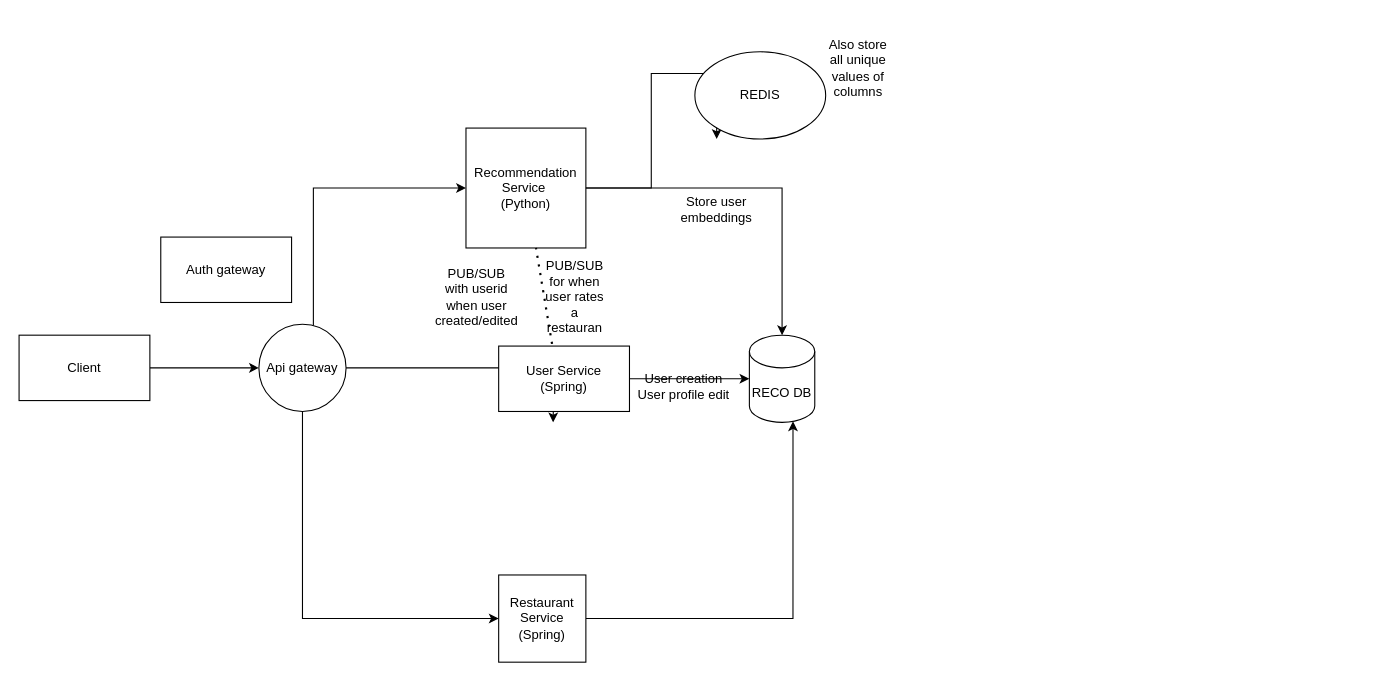
Above: recom.drawio in rahulv555/Recomm2.0 (draw.io), before the change. Source tidied: cells renumbered, new cells numbered last; positions are measured from the earlier drawing's top-left corner, leaving out a move shared by most shapes. Both pictures are drawn from the tidied source at 109%, with x=0, y=0 at pixel (19, 51).
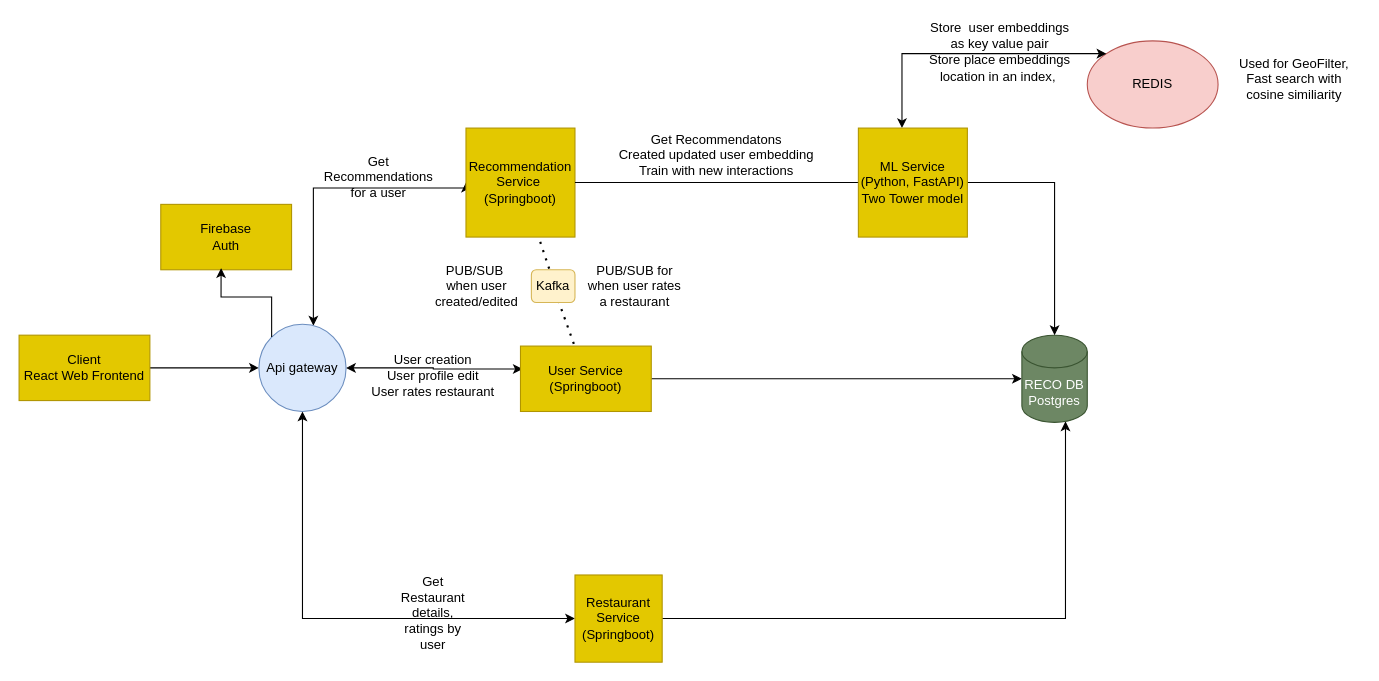
The same diagram, later.

Commit message (it also covers changes not shown here):
Added endpoints, updated flowchart

Change to the diagram source:
```diff
@@
-    <mxCell id="3" value="Client" style="rounded=0;whiteSpace=wrap;html=1;" parent="1" vertex="1">
+    <mxCell id="3" value="Client&lt;div&gt;React Web Frontend&lt;/div&gt;" style="rounded=0;whiteSpace=wrap;html=1;fillColor=#e3c800;strokeColor=#B09500;fontColor=#000000;" parent="1" vertex="1">
       <mxGeometry y="260" width="120" height="60" as="geometry" />
     </mxCell>
-    <mxCell id="4" style="edgeStyle=orthogonalEdgeStyle;rounded=0;jettySize=auto;html=1;" parent="1" edge="1" source="7">
+    <mxCell id="4" style="edgeStyle=orthogonalEdgeStyle;rounded=0;jettySize=auto;html=1;startArrow=classic;startFill=1;entryX=0;entryY=0.5;entryDx=0;entryDy=0;" parent="1" edge="1" source="7" target="9">
       <mxGeometry relative="1" as="geometry">
-        <mxPoint x="440" y="520" as="targetPoint" />
         <Array as="points">
           <mxPoint x="260" y="520" />
         </Array>
       </mxGeometry>
     </mxCell>
-    <mxCell id="5" style="edgeStyle=orthogonalEdgeStyle;rounded=0;jettySize=auto;html=1;" parent="1" edge="1" source="7">
-      <mxGeometry relative="1" as="geometry">
-        <mxPoint x="490" y="340" as="targetPoint" />
-      </mxGeometry>
+    <mxCell id="5" style="edgeStyle=orthogonalEdgeStyle;rounded=0;jettySize=auto;html=1;startArrow=classic;startFill=1;entryX=0.017;entryY=0.35;entryDx=0;entryDy=0;entryPerimeter=0;" parent="1" edge="1" source="7" target="11">
+      <mxGeometry relative="1" as="geometry" />
     </mxCell>
-    <mxCell id="6" style="edgeStyle=orthogonalEdgeStyle;rounded=0;jettySize=auto;html=1;entryX=0;entryY=0.5;entryDx=0;entryDy=0;" parent="1" edge="1" source="7" target="14">
+    <mxCell id="6" style="edgeStyle=orthogonalEdgeStyle;rounded=0;jettySize=auto;html=1;entryX=0;entryY=0.5;entryDx=0;entryDy=0;startArrow=classic;startFill=1;" parent="1" edge="1" source="7" target="14">
       <mxGeometry relative="1" as="geometry">
         <Array as="points">
           <mxPoint x="270" y="125" />
+          <mxPoint x="410" y="125" />
         </Array>
       </mxGeometry>
     </mxCell>
-    <mxCell id="7" value="Api gateway" style="ellipse;whiteSpace=wrap;html=1;" parent="1" vertex="1">
+    <mxCell id="7" value="Api gateway" style="ellipse;whiteSpace=wrap;html=1;fillColor=#dae8fc;strokeColor=#6c8ebf;" parent="1" vertex="1">
       <mxGeometry x="220" y="250" width="80" height="80" as="geometry" />
     </mxCell>
@@
-    <mxCell id="9" value="Restaurant&lt;div&gt;Service&lt;/div&gt;&lt;div&gt;(Spring)&lt;/div&gt;" style="whiteSpace=wrap;html=1;" parent="1" vertex="1">
-      <mxGeometry x="440" y="480" width="80" height="80" as="geometry" />
+    <mxCell id="9" value="Restaurant&lt;div&gt;Service&lt;/div&gt;&lt;div&gt;(Springboot)&lt;/div&gt;" style="whiteSpace=wrap;html=1;fillColor=#e3c800;strokeColor=#B09500;fontColor=#000000;" parent="1" vertex="1">
+      <mxGeometry x="510" y="480" width="80" height="80" as="geometry" />
     </mxCell>
@@
-    <mxCell id="11" value="User Service&lt;div&gt;(Spring)&lt;/div&gt;" style="rounded=0;whiteSpace=wrap;html=1;" parent="1" vertex="1">
-      <mxGeometry x="440" y="270" width="120" height="60" as="geometry" />
+    <mxCell id="11" value="User Service&lt;div&gt;(Springboot)&lt;/div&gt;" style="rounded=0;whiteSpace=wrap;html=1;fillColor=#e3c800;strokeColor=#B09500;fontColor=#000000;" parent="1" vertex="1">
+      <mxGeometry x="460" y="270" width="120" height="60" as="geometry" />
     </mxCell>
-    <mxCell id="12" value="RECO DB" style="shape=cylinder3;whiteSpace=wrap;html=1;boundedLbl=1;backgroundOutline=1;size=15;" parent="1" vertex="1">
-      <mxGeometry x="670" y="260" width="60" height="80" as="geometry" />
+    <mxCell id="12" value="RECO DB&lt;div&gt;Postgres&lt;/div&gt;" style="shape=cylinder3;whiteSpace=wrap;html=1;boundedLbl=1;backgroundOutline=1;size=15;fillColor=#6d8764;fontColor=#ffffff;strokeColor=#3A5431;" parent="1" vertex="1">
+      <mxGeometry x="920" y="260" width="60" height="80" as="geometry" />
     </mxCell>
-    <mxCell id="13" style="edgeStyle=orthogonalEdgeStyle;rounded=0;jettySize=auto;html=1;" parent="1" edge="1" source="14">
-      <mxGeometry relative="1" as="geometry">
-        <mxPoint x="640" y="80" as="targetPoint" />
-        <Array as="points">
-          <mxPoint x="580" y="125" />
-          <mxPoint x="580" y="20" />
-          <mxPoint x="640" y="20" />
-        </Array>
-      </mxGeometry>
-    </mxCell>
-    <mxCell id="14" value="Recommendation Service&amp;nbsp;&lt;div&gt;(Python)&lt;/div&gt;" style="whiteSpace=wrap;html=1;" parent="1" vertex="1">
-      <mxGeometry x="410" y="70" width="110" height="110" as="geometry" />
+    <mxCell id="14" value="Recommendation Service&amp;nbsp;&lt;div&gt;(Springboot)&lt;/div&gt;" style="whiteSpace=wrap;html=1;fillColor=#e3c800;strokeColor=#B09500;fontColor=#000000;" parent="1" vertex="1">
+      <mxGeometry x="410" y="70" width="100" height="100" as="geometry" />
     </mxCell>
-    <mxCell id="15" value="REDIS" style="ellipse;whiteSpace=wrap;html=1;" parent="1" vertex="1">
-      <mxGeometry x="620" width="120" height="80" as="geometry" />
+    <mxCell id="15" value="REDIS" style="ellipse;whiteSpace=wrap;html=1;fillColor=#f8cecc;strokeColor=#b85450;" parent="1" vertex="1">
+      <mxGeometry x="980" y="-10" width="120" height="80" as="geometry" />
     </mxCell>
@@
-    <mxCell id="17" style="endArrow=none;dashed=1;html=1;dashPattern=1 3;strokeWidth=2;rounded=0;exitX=0.408;exitY=-0.033;exitDx=0;exitDy=0;exitPerimeter=0;" parent="1" edge="1" source="11" target="14">
+    <mxCell id="17" style="endArrow=none;dashed=1;html=1;dashPattern=1 3;strokeWidth=2;rounded=0;exitX=0.408;exitY=-0.033;exitDx=0;exitDy=0;exitPerimeter=0;" parent="1" edge="1" source="29" target="14">
       <mxGeometry relative="1" as="geometry" />
     </mxCell>
-    <mxCell id="18" value="PUB/SUB for when user rates a restauran" style="text;html=1;whiteSpace=wrap;strokeColor=none;fillColor=none;align=center;verticalAlign=middle;rounded=0;" parent="1" vertex="1">
-      <mxGeometry x="480" y="210" width="60" height="30" as="geometry" />
+    <mxCell id="18" value="PUB/SUB for when user rates a restaurant" style="text;html=1;whiteSpace=wrap;strokeColor=none;fillColor=none;align=center;verticalAlign=middle;rounded=0;" parent="1" vertex="1">
+      <mxGeometry x="520" y="200" width="90" height="30" as="geometry" />
     </mxCell>
-    <mxCell id="19" value="PUB/SUB with userid when user created/edited" style="text;html=1;whiteSpace=wrap;strokeColor=none;fillColor=none;align=center;verticalAlign=middle;rounded=0;" parent="1" vertex="1">
-      <mxGeometry x="390" y="210" width="60" height="30" as="geometry" />
+    <mxCell id="19" value="PUB/SUB&amp;nbsp; when user created/edited" style="text;html=1;whiteSpace=wrap;strokeColor=none;fillColor=none;align=center;verticalAlign=middle;rounded=0;" parent="1" vertex="1">
+      <mxGeometry x="390" y="200" width="60" height="30" as="geometry" />
     </mxCell>
-    <mxCell id="20" value="Auth gateway" style="rounded=0;whiteSpace=wrap;html=1;" parent="1" vertex="1">
-      <mxGeometry x="130" y="170" width="120" height="60" as="geometry" />
+    <mxCell id="20" value="&lt;div&gt;Firebase&lt;/div&gt;Auth" style="rounded=0;whiteSpace=wrap;html=1;fillColor=#e3c800;strokeColor=#B09500;fontColor=#000000;" parent="1" vertex="1">
+      <mxGeometry x="130" y="140" width="120" height="60" as="geometry" />
     </mxCell>
-    <mxCell id="21" value="Store user embeddings" style="text;html=1;whiteSpace=wrap;strokeColor=none;fillColor=none;align=center;verticalAlign=middle;rounded=0;" parent="1" vertex="1">
-      <mxGeometry x="610" y="130" width="60" height="30" as="geometry" />
+    <mxCell id="21" value="Store&amp;nbsp; user embeddings as key value pair" style="text;html=1;whiteSpace=wrap;strokeColor=none;fillColor=none;align=center;verticalAlign=middle;rounded=0;" parent="1" vertex="1">
+      <mxGeometry x="835" y="-30" width="130" height="30" as="geometry" />
     </mxCell>
-    <mxCell id="22" value="&lt;br&gt;&lt;div&gt;User creation&lt;/div&gt;&lt;div&gt;User profile edit&lt;/div&gt;" style="text;html=1;whiteSpace=wrap;strokeColor=none;fillColor=none;align=center;verticalAlign=middle;rounded=0;" parent="1" vertex="1">
-      <mxGeometry x="540" y="285" width="140" height="30" as="geometry" />
+    <mxCell id="22" value="&lt;br&gt;&lt;div&gt;User creation&lt;/div&gt;&lt;div&gt;User profile edit&lt;/div&gt;&lt;div&gt;User rates restaurant&lt;/div&gt;" style="text;html=1;whiteSpace=wrap;strokeColor=none;fillColor=none;align=center;verticalAlign=middle;rounded=0;" parent="1" vertex="1">
+      <mxGeometry x="310" y="275" width="140" height="30" as="geometry" />
     </mxCell>
-    <mxCell id="23" value="Also store all unique values of columns" style="text;html=1;whiteSpace=wrap;strokeColor=none;fillColor=none;align=center;verticalAlign=middle;rounded=0;" parent="1" vertex="1">
-      <mxGeometry x="740" width="60" height="30" as="geometry" />
-    </mxCell>
+    <mxCell id="24" style="edgeStyle=orthogonalEdgeStyle;rounded=0;jettySize=auto;html=1;exitX=0;exitY=0;exitDx=0;exitDy=0;entryX=0.461;entryY=0.975;entryDx=0;entryDy=0;entryPerimeter=0;" parent="1" edge="1" source="7" target="20">
+      <mxGeometry relative="1" as="geometry" />
+    </mxCell>
+    <mxCell id="25" style="edgeStyle=orthogonalEdgeStyle;rounded=0;jettySize=auto;html=1;entryX=0;entryY=0;entryDx=0;entryDy=0;startArrow=classic;startFill=1;" parent="1" edge="1" source="26" target="15">
+      <mxGeometry relative="1" as="geometry">
+        <Array as="points">
+          <mxPoint x="810" y="2" />
+        </Array>
+      </mxGeometry>
+    </mxCell>
+    <mxCell id="26" value="ML Service&lt;div&gt;(Python, FastAPI)&lt;/div&gt;&lt;div&gt;Two Tower model&lt;/div&gt;" style="whiteSpace=wrap;html=1;fillColor=#e3c800;strokeColor=#B09500;fontColor=#000000;" parent="1" vertex="1">
+      <mxGeometry x="770" y="70" width="100" height="100" as="geometry" />
+    </mxCell>
+    <mxCell id="27" value="Store place embeddings location in an index,&amp;nbsp;" style="text;html=1;whiteSpace=wrap;strokeColor=none;fillColor=none;align=center;verticalAlign=middle;rounded=0;" parent="1" vertex="1">
+      <mxGeometry x="830" width="140" height="30" as="geometry" />
+    </mxCell>
+    <mxCell id="28" style="endArrow=none;dashed=1;html=1;dashPattern=1 3;strokeWidth=2;rounded=0;exitX=0.408;exitY=-0.033;exitDx=0;exitDy=0;exitPerimeter=0;" parent="1" edge="1" source="11" target="29">
+      <mxGeometry relative="1" as="geometry" />
+    </mxCell>
+    <mxCell id="29" value="Kafka" style="rounded=1;whiteSpace=wrap;html=1;fillColor=#fff2cc;strokeColor=#d6b656;" parent="1" vertex="1">
+      <mxGeometry x="470" y="200" width="40" height="30" as="geometry" />
+    </mxCell>
+    <mxCell id="30" value="Get Restaurant details, ratings by user" style="text;html=1;whiteSpace=wrap;strokeColor=none;fillColor=none;align=center;verticalAlign=middle;rounded=0;" parent="1" vertex="1">
+      <mxGeometry x="350" y="500" width="60" height="30" as="geometry" />
+    </mxCell>
+    <mxCell id="31" value="Get Recommendations for a user" style="text;html=1;whiteSpace=wrap;strokeColor=none;fillColor=none;align=center;verticalAlign=middle;rounded=0;" parent="1" vertex="1">
+      <mxGeometry x="300" y="100" width="60" height="30" as="geometry" />
+    </mxCell>
+    <mxCell id="32" value="Used for GeoFilter, Fast search with cosine similiarity" style="text;html=1;whiteSpace=wrap;strokeColor=none;fillColor=none;align=center;verticalAlign=middle;rounded=0;" parent="1" vertex="1">
+      <mxGeometry x="1110" y="10" width="120" height="30" as="geometry" />
+    </mxCell>
+    <mxCell id="33" value="Get Recommendatons&lt;div&gt;Created updated user embedding&lt;/div&gt;&lt;div&gt;Train with new interactions&lt;/div&gt;" style="text;html=1;whiteSpace=wrap;strokeColor=none;fillColor=none;align=center;verticalAlign=middle;rounded=0;" parent="1" vertex="1">
+      <mxGeometry x="530" y="80" width="220" height="30" as="geometry" />
+    </mxCell>
```
